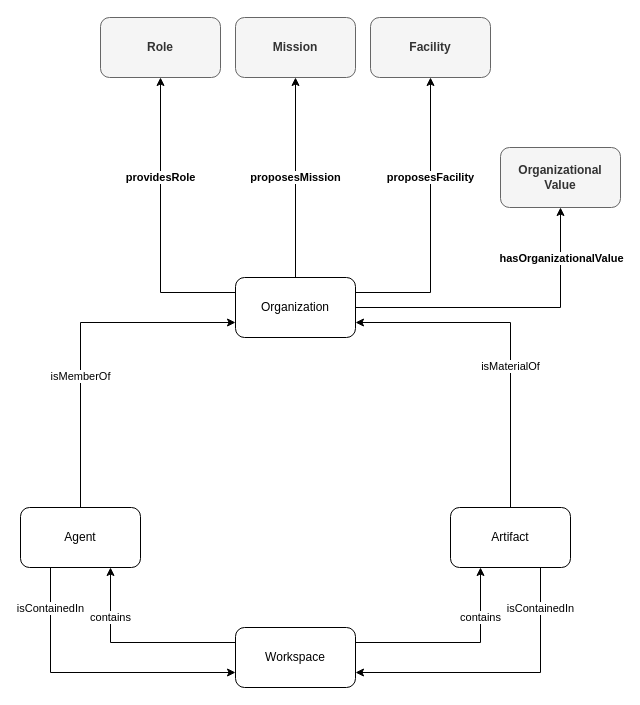
Above: domains/logistics/create-organization/create-organization.drawio in HyperAgents/hmas (draw.io), before the change. Source tidied: cells renumbered, new cells numbered last; positions are measured from the earlier drawing's top-left corner, leaving out a move shared by most shapes. Both pictures are drawn from the tidied source at 100%, with x=0, y=0 at pixel (20, 17).
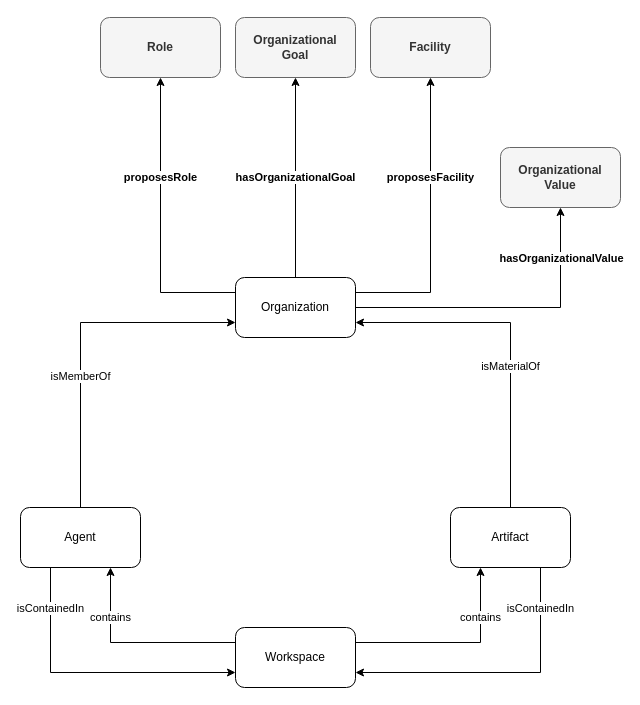
The same diagram, later.

The change refers to these unchanged cells:
```xml
<mxCell id="7" value="Organization" style="rounded=1;whiteSpace=wrap;html=1;" parent="1" vertex="1">
  <mxGeometry x="215" y="260" width="120" height="60" as="geometry" />
</mxCell>
<mxCell id="8" value="Role" style="rounded=1;whiteSpace=wrap;html=1;fillColor=#f5f5f5;fontColor=#333333;strokeColor=#666666;fontStyle=1;" parent="1" vertex="1">
  <mxGeometry x="80" width="120" height="60" as="geometry" />
</mxCell>
```

Change to the diagram source:
```diff
@@
-    <mxCell id="2" value="providesRole" style="rounded=0;jettySize=auto;html=1;entryX=0.5;entryY=1;entryDx=0;entryDy=0;exitX=0;exitY=0.25;exitDx=0;exitDy=0;edgeStyle=orthogonalEdgeStyle;fontStyle=1;" parent="1" edge="1" source="7" target="8">
+    <mxCell id="2" value="proposesRole" style="rounded=0;jettySize=auto;html=1;entryX=0.5;entryY=1;entryDx=0;entryDy=0;exitX=0;exitY=0.25;exitDx=0;exitDy=0;edgeStyle=orthogonalEdgeStyle;fontStyle=1;" parent="1" edge="1" source="7" target="8">
       <mxGeometry x="0.31" relative="1" as="geometry" />
     </mxCell>
-    <mxCell id="3" value="proposesMission" style="edgeStyle=orthogonalEdgeStyle;rounded=0;jettySize=auto;html=1;exitX=0.5;exitY=0;exitDx=0;exitDy=0;entryX=0.5;entryY=1;entryDx=0;entryDy=0;fontStyle=1;" parent="1" edge="1" source="7" target="9">
+    <mxCell id="3" value="hasOrganizationalGoal" style="edgeStyle=orthogonalEdgeStyle;rounded=0;jettySize=auto;html=1;exitX=0.5;exitY=0;exitDx=0;exitDy=0;entryX=0.5;entryY=1;entryDx=0;entryDy=0;fontStyle=1;" parent="1" edge="1" source="7" target="9">
       <mxGeometry relative="1" as="geometry" />
     </mxCell>
@@
-    <mxCell id="9" value="Mission" style="rounded=1;whiteSpace=wrap;html=1;fillColor=#f5f5f5;fontColor=#333333;strokeColor=#666666;fontStyle=1;" parent="1" vertex="1">
+    <mxCell id="9" value="Organizational&lt;br&gt;Goal" style="rounded=1;whiteSpace=wrap;html=1;fillColor=#f5f5f5;fontColor=#333333;strokeColor=#666666;fontStyle=1;" parent="1" vertex="1">
       <mxGeometry x="215" width="120" height="60" as="geometry" />
     </mxCell>
```
